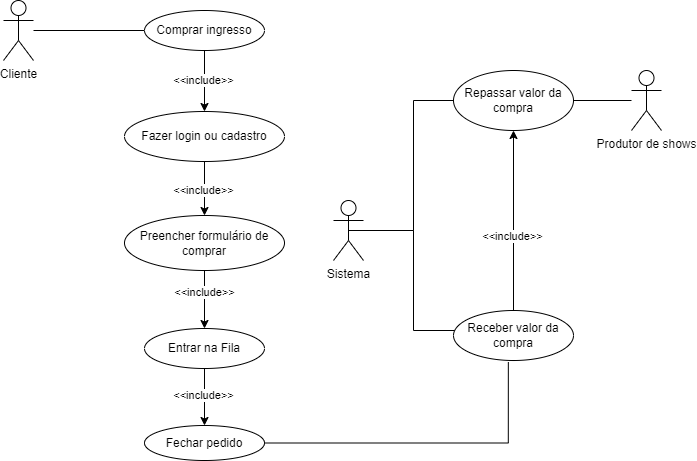
Before: diagram.png, a diagram exported from draw.io (RicardoVictor/tickets-diagram). Source tidied: cells renumbered, new cells last; positions are measured from the earlier drawing's top-left corner, leaving out a move shared by most shapes.
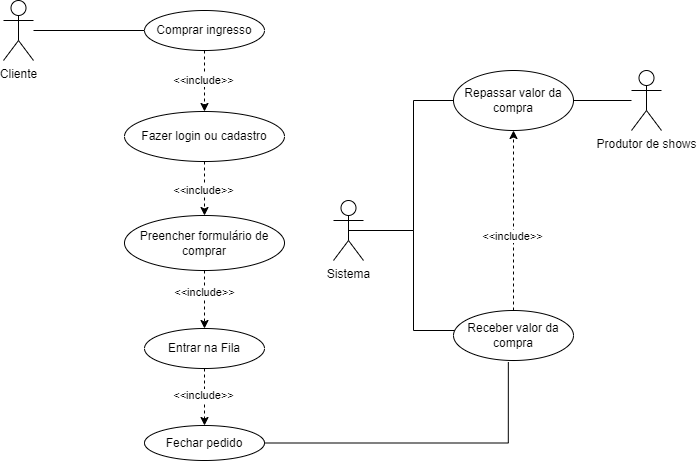
Above is the later version.

The edit, as a diff of the source:
```diff
@@ -5,7 +5,7 @@
     <mxCell id="2" value="Cliente&lt;br&gt;" style="shape=umlActor;verticalLabelPosition=bottom;verticalAlign=top;html=1;outlineConnect=0;" parent="1" vertex="1">
       <mxGeometry width="30" height="60" as="geometry" />
     </mxCell>
-    <mxCell id="3" value="&amp;lt;&amp;lt;include&amp;gt;&amp;gt;" style="edgeStyle=orthogonalEdgeStyle;rounded=0;jettySize=auto;html=1;exitX=0.5;exitY=1;exitDx=0;exitDy=0;entryX=0.5;entryY=0;entryDx=0;entryDy=0;" parent="1" edge="1" source="4" target="12">
+    <mxCell id="3" value="&amp;lt;&amp;lt;include&amp;gt;&amp;gt;" style="edgeStyle=orthogonalEdgeStyle;rounded=0;jettySize=auto;html=1;exitX=0.5;exitY=1;exitDx=0;exitDy=0;entryX=0.5;entryY=0;entryDx=0;entryDy=0;dashed=1;" parent="1" edge="1" source="4" target="12">
       <mxGeometry x="-0.25" relative="1" as="geometry" />
     </mxCell>
     <mxCell id="4" value="Preencher formulário de comprar" style="ellipse;whiteSpace=wrap;html=1;" parent="1" vertex="1">
@@ -17,25 +17,25 @@
     <mxCell id="6" value="Fazer login ou cadastro" style="ellipse;whiteSpace=wrap;html=1;" parent="1" vertex="1">
       <mxGeometry x="121" y="111" width="160" height="50" as="geometry" />
     </mxCell>
-    <mxCell id="7" value="&amp;lt;&amp;lt;include&amp;gt;&amp;gt;" style="endArrow=classic;html=1;rounded=0;exitX=0.5;exitY=1;exitDx=0;exitDy=0;entryX=0.5;entryY=0;entryDx=0;entryDy=0;" parent="1" edge="1" source="5" target="6">
+    <mxCell id="7" value="&amp;lt;&amp;lt;include&amp;gt;&amp;gt;" style="endArrow=classic;html=1;rounded=0;exitX=0.5;exitY=1;exitDx=0;exitDy=0;entryX=0.5;entryY=0;entryDx=0;entryDy=0;dashed=1;" parent="1" edge="1" source="5" target="6">
       <mxGeometry x="-0.02" y="-1" relative="1" as="geometry" />
     </mxCell>
     <mxCell id="8" style="endArrow=none;html=1;rounded=0;entryX=0;entryY=0.5;entryDx=0;entryDy=0;" parent="1" edge="1" source="2" target="5">
       <mxGeometry relative="1" as="geometry" />
     </mxCell>
-    <mxCell id="9" value="&amp;lt;&amp;lt;include&amp;gt;&amp;gt;" style="endArrow=classic;html=1;rounded=0;exitX=0.5;exitY=1;exitDx=0;exitDy=0;entryX=0.5;entryY=0;entryDx=0;entryDy=0;" parent="1" edge="1" source="6" target="4">
+    <mxCell id="9" value="&amp;lt;&amp;lt;include&amp;gt;&amp;gt;" style="endArrow=classic;html=1;rounded=0;exitX=0.5;exitY=1;exitDx=0;exitDy=0;entryX=0.5;entryY=0;entryDx=0;entryDy=0;dashed=1;" parent="1" edge="1" source="6" target="4">
       <mxGeometry x="0.07" y="-1" relative="1" as="geometry" />
     </mxCell>
     <mxCell id="10" value="Produtor de shows" style="shape=umlActor;verticalLabelPosition=bottom;verticalAlign=top;html=1;outlineConnect=0;" parent="1" vertex="1">
       <mxGeometry x="628" y="70" width="30" height="60" as="geometry" />
     </mxCell>
-    <mxCell id="11" value="&amp;lt;&amp;lt;include&amp;gt;&amp;gt;" style="edgeStyle=orthogonalEdgeStyle;rounded=0;jettySize=auto;html=1;exitX=0.5;exitY=1;exitDx=0;exitDy=0;entryX=0.5;entryY=0;entryDx=0;entryDy=0;endArrow=classic;endFill=1;" parent="1" edge="1" source="12" target="19">
+    <mxCell id="11" value="&amp;lt;&amp;lt;include&amp;gt;&amp;gt;" style="edgeStyle=orthogonalEdgeStyle;rounded=0;jettySize=auto;html=1;exitX=0.5;exitY=1;exitDx=0;exitDy=0;entryX=0.5;entryY=0;entryDx=0;entryDy=0;endArrow=classic;endFill=1;dashed=1;" parent="1" edge="1" source="12" target="19">
       <mxGeometry x="-0.05" y="-1" relative="1" as="geometry" />
     </mxCell>
     <mxCell id="12" value="Entrar na Fila" style="ellipse;whiteSpace=wrap;html=1;" parent="1" vertex="1">
       <mxGeometry x="141" y="328" width="120" height="40" as="geometry" />
     </mxCell>
-    <mxCell id="13" value="&amp;lt;&amp;lt;include&amp;gt;&amp;gt;" style="edgeStyle=orthogonalEdgeStyle;rounded=0;jettySize=auto;html=1;exitX=0.5;exitY=0;exitDx=0;exitDy=0;startArrow=none;entryX=0.5;entryY=1;entryDx=0;entryDy=0;" parent="1" edge="1" source="18" target="20">
+    <mxCell id="13" value="&amp;lt;&amp;lt;include&amp;gt;&amp;gt;" style="edgeStyle=orthogonalEdgeStyle;rounded=0;jettySize=auto;html=1;exitX=0.5;exitY=0;exitDx=0;exitDy=0;startArrow=none;entryX=0.5;entryY=1;entryDx=0;entryDy=0;dashed=1;" parent="1" edge="1" source="18" target="20">
       <mxGeometry x="-0.18" y="1" relative="1" as="geometry">
         <Array as="points">
           <mxPoint x="510" y="310" />
```
